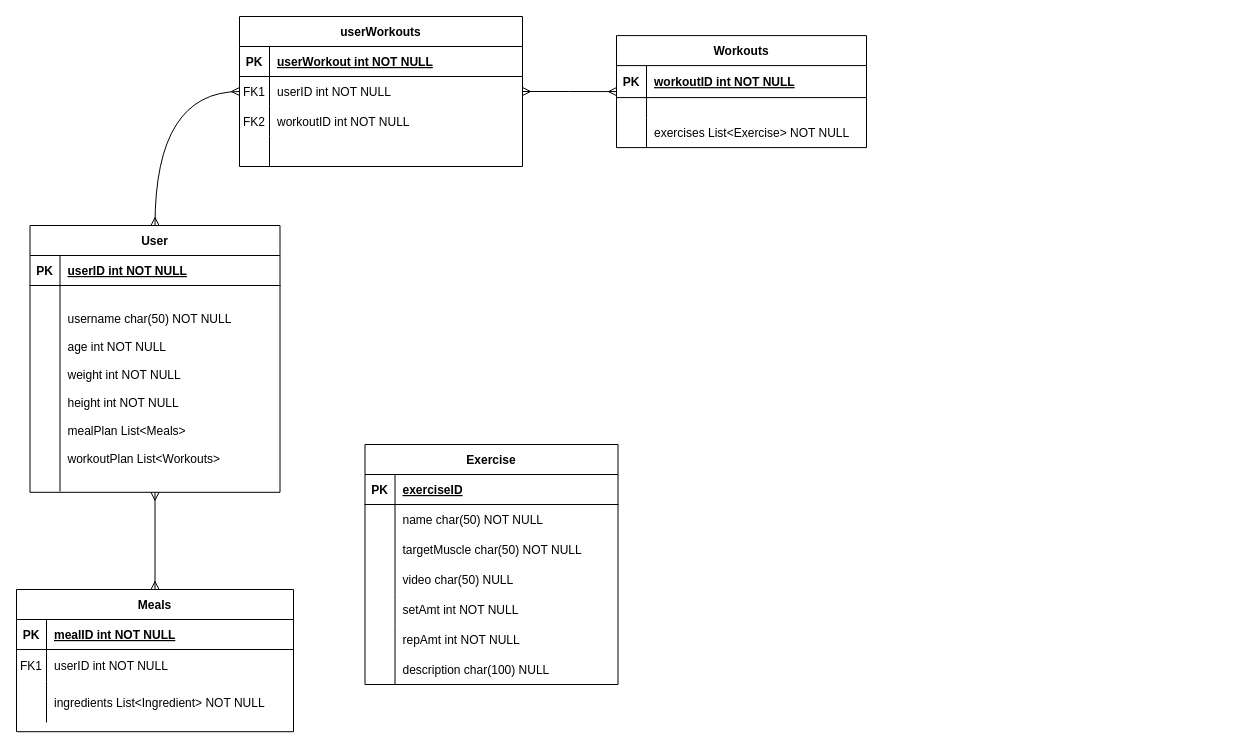
Scipion2002/HomieGainz keeps this draw.io diagram as HomieGainz ER Diagram.drawio. Above is the earlier version. Source tidied: cells renumbered, new cells numbered last; positions are measured from the earlier drawing's top-left corner, leaving out a move shared by most shapes. Both pictures are drawn from the tidied source at 100%, with x=0, y=0 at pixel (16, 16).
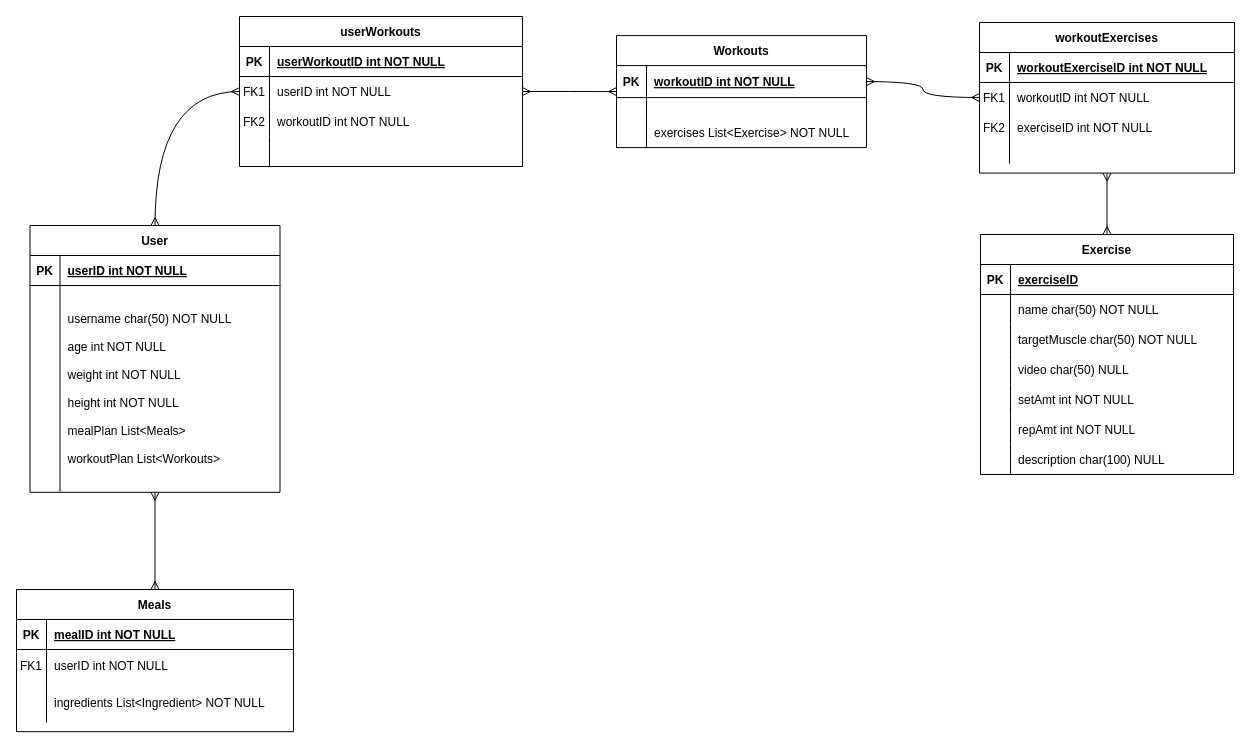
The same diagram, later.

Unchanged cells that the change refers to:
```xml
<mxCell id="5" style="shape=partialRectangle;fillColor=none;points=[[0,0.5],[1,0.5]];portConstraint=eastwest;top=0;left=0;right=0;bottom=1;" parent="4" vertex="1">
  <mxGeometry y="30" width="250" height="32" as="geometry" />
</mxCell>
<mxCell id="54" style="shape=tableRow;horizontal=0;startSize=0;swimlaneHead=0;swimlaneBody=0;fillColor=none;top=0;left=0;right=0;bottom=1;" parent="53" vertex="1">
  <mxGeometry y="30" width="283" height="30" as="geometry" />
</mxCell>
```

Change to the diagram source:
```diff
@@
+    <mxCell id="67" style="edgeStyle=orthogonalEdgeStyle;curved=1;rounded=0;jettySize=auto;html=1;exitX=0.5;exitY=0;exitDx=0;exitDy=0;entryX=0.5;entryY=1;entryDx=0;entryDy=0;startArrow=ERmany;startFill=0;endArrow=ERmany;endFill=0;" parent="1" edge="1" source="31" target="68">
+      <mxGeometry relative="1" as="geometry" />
+    </mxCell>
     <mxCell id="31" value="Exercise" style="shape=table;startSize=30;childLayout=tableLayout;rowLines=0;fontStyle=1;align=center;" parent="1" vertex="1">
-      <mxGeometry x="348.5" y="428" width="253" height="240" as="geometry" />
+      <mxGeometry x="964" y="218" width="253" height="240" as="geometry" />
     </mxCell>
@@
-    <mxCell id="56" value="userWorkout int NOT NULL" style="shape=partialRectangle;fillColor=none;top=0;left=0;bottom=0;right=0;align=left;spacingLeft=6;fontStyle=5;overflow=hidden;" parent="54" vertex="1">
+    <mxCell id="56" value="userWorkoutID int NOT NULL" style="shape=partialRectangle;fillColor=none;top=0;left=0;bottom=0;right=0;align=left;spacingLeft=6;fontStyle=5;overflow=hidden;" parent="54" vertex="1">
       <mxGeometry x="30" width="253" height="30" as="geometry" />
     </mxCell>
@@
+    <mxCell id="68" value="workoutExercises" style="shape=table;startSize=30;childLayout=tableLayout;rowLines=0;fontStyle=1;align=center;" parent="1" vertex="1">
+      <mxGeometry x="963" y="6" width="255" height="150.6" as="geometry" />
+    </mxCell>
+    <mxCell id="69" style="shape=tableRow;horizontal=0;startSize=0;swimlaneHead=0;swimlaneBody=0;fillColor=none;top=0;left=0;right=0;bottom=1;" parent="68" vertex="1">
+      <mxGeometry y="30" width="255" height="30" as="geometry" />
+    </mxCell>
+    <mxCell id="70" value="PK" style="shape=partialRectangle;fillColor=none;top=0;left=0;bottom=0;right=0;fontStyle=1;overflow=hidden;" parent="69" vertex="1">
+      <mxGeometry width="30" height="30" as="geometry" />
+    </mxCell>
+    <mxCell id="71" value="workoutExerciseID int NOT NULL" style="shape=partialRectangle;fillColor=none;top=0;left=0;bottom=0;right=0;align=left;spacingLeft=6;fontStyle=5;overflow=hidden;" parent="69" vertex="1">
+      <mxGeometry x="30" width="225" height="30" as="geometry" />
+    </mxCell>
+    <mxCell id="72" style="shape=tableRow;horizontal=0;startSize=0;swimlaneHead=0;swimlaneBody=0;fillColor=none;points=[[0,0.5],[1,0.5]];portConstraint=eastwest;top=0;left=0;right=0;bottom=0;" parent="68" vertex="1">
+      <mxGeometry y="60" width="255" height="30" as="geometry" />
+    </mxCell>
+    <mxCell id="73" value="FK1" style="shape=partialRectangle;fillColor=none;top=0;left=0;bottom=0;right=0;overflow=hidden;" parent="72" vertex="1">
+      <mxGeometry width="30" height="30" as="geometry" />
+    </mxCell>
+    <mxCell id="74" value="workoutID int NOT NULL" style="shape=partialRectangle;fillColor=none;top=0;left=0;bottom=0;right=0;align=left;spacingLeft=6;overflow=hidden;" parent="72" vertex="1">
+      <mxGeometry x="30" width="225" height="30" as="geometry" />
+    </mxCell>
+    <mxCell id="75" style="shape=tableRow;horizontal=0;startSize=0;swimlaneHead=0;swimlaneBody=0;fillColor=none;top=0;left=0;right=0;bottom=0;" parent="68" vertex="1">
+      <mxGeometry y="90" width="255" height="30" as="geometry" />
+    </mxCell>
+    <mxCell id="76" value="FK2" style="shape=partialRectangle;fillColor=none;top=0;left=0;bottom=0;right=0;overflow=hidden;" parent="75" vertex="1">
+      <mxGeometry width="30" height="30" as="geometry" />
+    </mxCell>
+    <mxCell id="77" value="exerciseID int NOT NULL" style="shape=partialRectangle;fillColor=none;top=0;left=0;bottom=0;right=0;align=left;spacingLeft=6;overflow=hidden;" parent="75" vertex="1">
+      <mxGeometry x="30" width="225" height="30" as="geometry" />
+    </mxCell>
+    <mxCell id="78" style="shape=tableRow;horizontal=0;startSize=0;swimlaneHead=0;swimlaneBody=0;fillColor=none;top=0;left=0;right=0;bottom=0;" parent="68" vertex="1">
+      <mxGeometry y="120" width="255" height="21" as="geometry" />
+    </mxCell>
+    <mxCell id="79" style="shape=partialRectangle;fillColor=none;top=0;left=0;bottom=0;right=0;overflow=hidden;" parent="78" vertex="1">
+      <mxGeometry width="30" height="21" as="geometry" />
+    </mxCell>
+    <mxCell id="80" style="shape=partialRectangle;fillColor=none;top=0;left=0;bottom=0;right=0;align=left;spacingLeft=6;overflow=hidden;" parent="78" vertex="1">
+      <mxGeometry x="30" width="225" height="21" as="geometry" />
+    </mxCell>
+    <mxCell id="81" style="edgeStyle=orthogonalEdgeStyle;curved=1;rounded=0;jettySize=auto;html=1;exitX=1;exitY=0.5;exitDx=0;exitDy=0;entryX=0;entryY=0.5;entryDx=0;entryDy=0;startArrow=ERmany;startFill=0;endArrow=ERmany;endFill=0;" parent="1" edge="1" source="5" target="72">
+      <mxGeometry relative="1" as="geometry" />
+    </mxCell>
```
